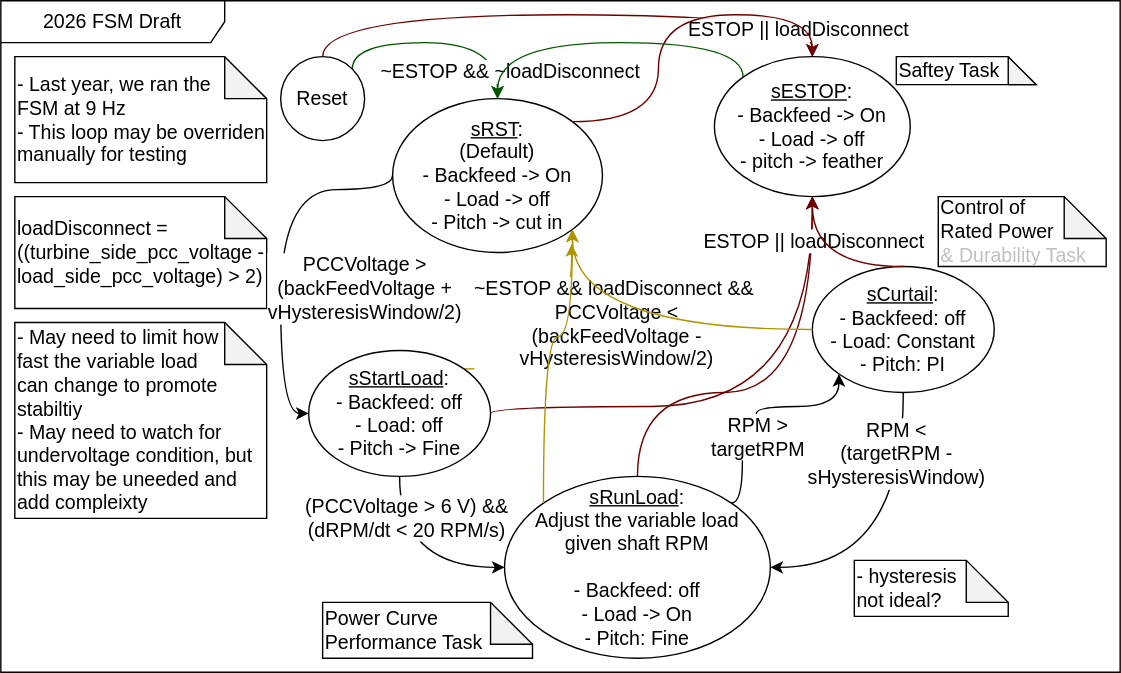
This is docs/FSM.svg from BobSaidHi/2026-Controls_Core, a draw.io export, as it was before one commit. Source tidied: cells renumbered, new cells last; positions are measured from the earlier drawing's top-left corner, leaving out a move shared by most shapes.
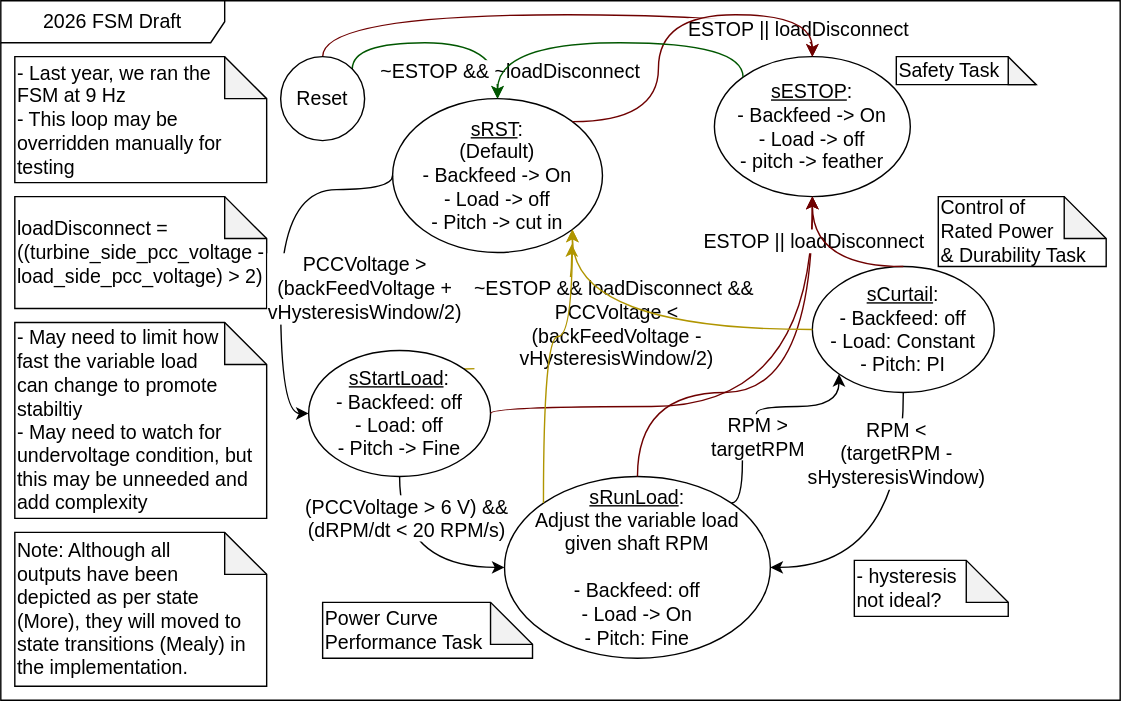
The same diagram one commit later.

Change to the diagram source:
```diff
@@ -3,12 +3,12 @@
     <mxCell id="0" />
     <mxCell id="1" parent="0" />
     <mxCell id="2" value="&lt;font style=&quot;font-size: 14px;&quot;&gt;2026 FSM Draft&lt;/font&gt;" style="shape=umlFrame;whiteSpace=wrap;html=1;width=160;" parent="1" vertex="1">
-      <mxGeometry width="800" height="480" as="geometry" />
+      <mxGeometry width="800" height="500" as="geometry" />
     </mxCell>
-    <mxCell id="3" value="&lt;font&gt;&lt;span style=&quot;font-size: 14px;&quot;&gt;- May need to&amp;nbsp;&lt;/span&gt;&lt;span style=&quot;font-size: 14px; background-color: transparent;&quot;&gt;limit how&lt;/span&gt;&lt;/font&gt;&lt;div&gt;&lt;span style=&quot;font-size: 14px; background-color: transparent;&quot;&gt;&lt;font&gt;fast the variable load&lt;/font&gt;&lt;/span&gt;&lt;/div&gt;&lt;div&gt;&lt;span style=&quot;font-size: 14px; background-color: transparent;&quot;&gt;&lt;font&gt;can change to promote stabiltiy&lt;/font&gt;&lt;/span&gt;&lt;div&gt;&lt;font&gt;&lt;span style=&quot;font-size: 14px;&quot;&gt;-&amp;nbsp;&lt;/span&gt;&lt;span style=&quot;font-size: 14px; text-align: center; background-color: transparent;&quot;&gt;May need to watch for undervoltage condition, but this may be uneeded and add compleixty&lt;/span&gt;&lt;/font&gt;&lt;/div&gt;&lt;/div&gt;" style="shape=note;whiteSpace=wrap;html=1;backgroundOutline=1;darkOpacity=0.05;align=left;" parent="2" vertex="1">
+    <mxCell id="3" value="&lt;font&gt;&lt;span style=&quot;font-size: 14px;&quot;&gt;- May need to&amp;nbsp;&lt;/span&gt;&lt;span style=&quot;font-size: 14px; background-color: transparent;&quot;&gt;limit how&lt;/span&gt;&lt;/font&gt;&lt;div&gt;&lt;span style=&quot;font-size: 14px; background-color: transparent;&quot;&gt;&lt;font&gt;fast the variable load&lt;/font&gt;&lt;/span&gt;&lt;/div&gt;&lt;div&gt;&lt;span style=&quot;font-size: 14px; background-color: transparent;&quot;&gt;&lt;font&gt;can change to promote stabiltiy&lt;/font&gt;&lt;/span&gt;&lt;div&gt;&lt;font&gt;&lt;span style=&quot;font-size: 14px;&quot;&gt;-&amp;nbsp;&lt;/span&gt;&lt;span style=&quot;font-size: 14px; text-align: center; background-color: transparent;&quot;&gt;May need to watch for undervoltage condition, but this may be unneeded and add complexity&lt;/span&gt;&lt;/font&gt;&lt;/div&gt;&lt;/div&gt;" style="shape=note;whiteSpace=wrap;html=1;backgroundOutline=1;darkOpacity=0.05;align=left;" parent="2" vertex="1">
       <mxGeometry x="10" y="230" width="180" height="140" as="geometry" />
     </mxCell>
-    <mxCell id="4" value="&lt;font style=&quot;font-size: 14px;&quot;&gt;- Last year, we ran the&lt;/font&gt;&lt;div&gt;&lt;font style=&quot;font-size: 14px;&quot;&gt;FSM at 9 Hz&lt;/font&gt;&lt;div&gt;&lt;font style=&quot;font-size: 14px;&quot;&gt;- This loop may be overriden manually for testing&lt;/font&gt;&lt;/div&gt;&lt;/div&gt;" style="shape=note;whiteSpace=wrap;html=1;backgroundOutline=1;darkOpacity=0.05;align=left;" parent="2" vertex="1">
+    <mxCell id="4" value="&lt;font style=&quot;font-size: 14px;&quot;&gt;- Last year, we ran the&lt;/font&gt;&lt;div&gt;&lt;font style=&quot;font-size: 14px;&quot;&gt;FSM at 9 Hz&lt;/font&gt;&lt;div&gt;&lt;font style=&quot;font-size: 14px;&quot;&gt;- This loop may be overridden manually for testing&lt;/font&gt;&lt;/div&gt;&lt;/div&gt;" style="shape=note;whiteSpace=wrap;html=1;backgroundOutline=1;darkOpacity=0.05;align=left;" parent="2" vertex="1">
       <mxGeometry x="10" y="40" width="180" height="90" as="geometry" />
     </mxCell>
     <mxCell id="5" value="&lt;font style=&quot;font-size: 14px;&quot;&gt;loadDisconnect = ((turbine_side_pcc_voltage - load_side_pcc_voltage) &amp;gt; 2)&lt;/font&gt;" style="shape=note;whiteSpace=wrap;html=1;backgroundOutline=1;darkOpacity=0.05;align=left;" parent="2" vertex="1">
@@ -159,11 +159,14 @@
     <mxCell id="31" value="&lt;span style=&quot;font-size: 14px;&quot;&gt;Power Curve&lt;/span&gt;&lt;div&gt;&lt;span style=&quot;font-size: 14px;&quot;&gt;Performance Task&lt;/span&gt;&lt;/div&gt;" style="shape=note;whiteSpace=wrap;html=1;backgroundOutline=1;darkOpacity=0.05;align=left;" parent="2" vertex="1">
       <mxGeometry x="230" y="430" width="150" height="40" as="geometry" />
     </mxCell>
-    <mxCell id="32" value="&lt;div&gt;&lt;span style=&quot;font-size: 14px;&quot;&gt;&lt;font&gt;Control of&lt;/font&gt;&lt;/span&gt;&lt;/div&gt;&lt;div&gt;&lt;font&gt;&lt;span style=&quot;font-size: 14px;&quot;&gt;Rated&amp;nbsp;&lt;/span&gt;&lt;span style=&quot;font-size: 14px; background-color: transparent;&quot;&gt;&lt;font&gt;Power&lt;/font&gt;&lt;/span&gt;&lt;/font&gt;&lt;/div&gt;&lt;div&gt;&lt;span style=&quot;font-size: 14px; background-color: transparent; color: rgb(192, 192, 192);&quot;&gt;&lt;font&gt;&amp;amp; Durability Task&lt;/font&gt;&lt;/span&gt;&lt;/div&gt;" style="shape=note;whiteSpace=wrap;html=1;backgroundOutline=1;darkOpacity=0.05;align=left;" parent="2" vertex="1">
+    <mxCell id="32" value="&lt;div&gt;&lt;span style=&quot;font-size: 14px;&quot;&gt;&lt;font&gt;Control of&lt;/font&gt;&lt;/span&gt;&lt;/div&gt;&lt;div&gt;&lt;font&gt;&lt;span style=&quot;font-size: 14px;&quot;&gt;Rated&amp;nbsp;&lt;/span&gt;&lt;span style=&quot;font-size: 14px; background-color: transparent;&quot;&gt;&lt;font&gt;Power&lt;/font&gt;&lt;/span&gt;&lt;/font&gt;&lt;/div&gt;&lt;div&gt;&lt;span style=&quot;font-size: 14px; background-color: transparent;&quot;&gt;&lt;font&gt;&amp;amp; Durability Task&lt;/font&gt;&lt;/span&gt;&lt;/div&gt;" style="shape=note;whiteSpace=wrap;html=1;backgroundOutline=1;darkOpacity=0.05;align=left;" parent="2" vertex="1">
       <mxGeometry x="670" y="140" width="120" height="50" as="geometry" />
     </mxCell>
-    <mxCell id="33" value="&lt;div&gt;&lt;span style=&quot;font-size: 14px;&quot;&gt;Saftey Task&lt;/span&gt;&lt;/div&gt;" style="shape=note;whiteSpace=wrap;html=1;backgroundOutline=1;darkOpacity=0.05;align=left;" parent="2" vertex="1">
+    <mxCell id="33" value="&lt;div&gt;&lt;span style=&quot;font-size: 14px;&quot;&gt;Safety Task&lt;/span&gt;&lt;/div&gt;" style="shape=note;whiteSpace=wrap;html=1;backgroundOutline=1;darkOpacity=0.05;align=left;" parent="2" vertex="1">
       <mxGeometry x="640" y="40" width="100" height="20" as="geometry" />
     </mxCell>
+    <mxCell id="34" value="&lt;span style=&quot;font-size: 14px;&quot;&gt;Note: Although all&lt;/span&gt;&lt;div&gt;&lt;span style=&quot;font-size: 14px;&quot;&gt;outputs have been&lt;/span&gt;&lt;/div&gt;&lt;div&gt;&lt;span style=&quot;font-size: 14px;&quot;&gt;depicted as per state (More), they will moved to state transitions (Mealy) in the implementation.&lt;/span&gt;&lt;/div&gt;" style="shape=note;whiteSpace=wrap;html=1;backgroundOutline=1;darkOpacity=0.05;align=left;" parent="2" vertex="1">
+      <mxGeometry x="10" y="380" width="180" height="110" as="geometry" />
+    </mxCell>
   </root>
 </mxGraphModel>
```
